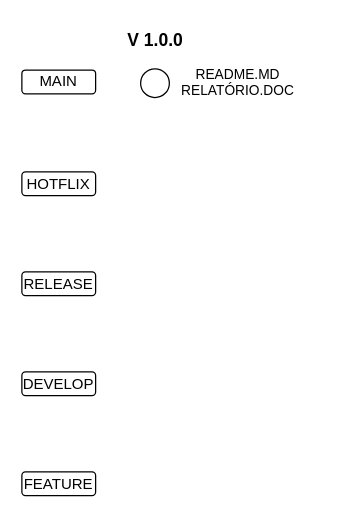
The draw.io diagram Fluxo de trabalho.drawio in NandoBalzaneli/Projeto-Integrador-01, before the edit. Source tidied: cells renumbered, new cells numbered last; positions are measured from the earlier drawing's top-left corner, leaving out a move shared by most shapes. Both pictures are drawn from the tidied source at 125%, with x=0, y=0 at pixel (21, 21).
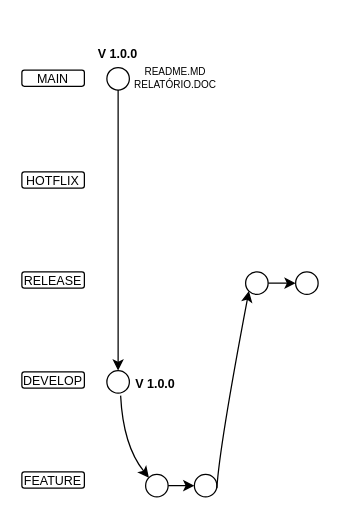
The same page after the edit.

What changed in the source:
```diff
@@
-    <mxCell id="2" value="MAIN" style="rounded=1;whiteSpace=wrap;html=1;" parent="1" vertex="1">
-      <mxGeometry y="38.5" width="59" height="19" as="geometry" />
+    <mxCell id="2" value="MAIN" style="rounded=1;whiteSpace=wrap;html=1;fontSize=10;strokeWidth=1;spacing=2;" parent="1" vertex="1">
+      <mxGeometry y="38.5" width="50" height="13" as="geometry" />
     </mxCell>
-    <mxCell id="3" value="HOTFLIX" style="rounded=1;whiteSpace=wrap;html=1;" parent="1" vertex="1">
-      <mxGeometry y="120" width="59" height="19" as="geometry" />
+    <mxCell id="3" value="HOTFLIX" style="rounded=1;whiteSpace=wrap;html=1;fontSize=10;strokeWidth=1;spacing=2;" parent="1" vertex="1">
+      <mxGeometry y="120" width="50" height="13" as="geometry" />
     </mxCell>
-    <mxCell id="4" value="RELEASE" style="rounded=1;whiteSpace=wrap;html=1;" parent="1" vertex="1">
-      <mxGeometry y="200" width="59" height="19" as="geometry" />
+    <mxCell id="4" value="RELEASE" style="rounded=1;whiteSpace=wrap;html=1;fontSize=10;strokeWidth=1;spacing=2;" parent="1" vertex="1">
+      <mxGeometry y="200" width="50" height="13" as="geometry" />
     </mxCell>
-    <mxCell id="5" value="DEVELOP" style="rounded=1;whiteSpace=wrap;html=1;" parent="1" vertex="1">
-      <mxGeometry y="280" width="59" height="19" as="geometry" />
+    <mxCell id="5" value="DEVELOP" style="rounded=1;whiteSpace=wrap;html=1;fontSize=10;strokeWidth=1;spacing=2;" parent="1" vertex="1">
+      <mxGeometry y="280" width="50" height="13" as="geometry" />
     </mxCell>
-    <mxCell id="6" value="FEATURE" style="rounded=1;whiteSpace=wrap;html=1;" parent="1" vertex="1">
-      <mxGeometry y="360" width="59" height="19" as="geometry" />
+    <mxCell id="6" value="FEATURE" style="rounded=1;whiteSpace=wrap;html=1;fontSize=10;strokeWidth=1;spacing=2;" parent="1" vertex="1">
+      <mxGeometry y="360" width="50" height="13" as="geometry" />
     </mxCell>
+    <mxCell id="11" style="edgeStyle=orthogonalEdgeStyle;rounded=0;orthogonalLoop=1;jettySize=auto;html=1;exitX=0.5;exitY=1;exitDx=0;exitDy=0;entryX=0.522;entryY=0.978;entryDx=0;entryDy=0;entryPerimeter=0;fontSize=10;strokeWidth=1;spacing=2;" parent="1" edge="1" source="7" target="7">
+      <mxGeometry relative="1" as="geometry" />
+    </mxCell>
-    <mxCell id="7" style="ellipse;whiteSpace=wrap;html=1;" parent="1" vertex="1">
-      <mxGeometry x="95" y="37.5" width="23" height="23" as="geometry" />
+    <mxCell id="7" style="ellipse;whiteSpace=wrap;html=1;fontSize=10;strokeWidth=1;spacing=2;" parent="1" vertex="1">
+      <mxGeometry x="68" y="36.5" width="18" height="18" as="geometry" />
     </mxCell>
-    <mxCell id="8" value="V 1.0.0" style="text;html=1;align=center;verticalAlign=middle;whiteSpace=wrap;rounded=0;fontSize=14;fontStyle=1;" parent="1" vertex="1">
-      <mxGeometry x="76.5" width="60" height="30" as="geometry" />
+    <mxCell id="8" value="V 1.0.0" style="text;html=1;align=center;verticalAlign=middle;whiteSpace=wrap;rounded=0;fontSize=10;fontStyle=1;" parent="1" vertex="1">
+      <mxGeometry x="47" y="10" width="60" height="30" as="geometry" />
     </mxCell>
-    <mxCell id="9" value="&lt;font style=&quot;font-size: 11px;&quot;&gt;README.MD&lt;/font&gt;&lt;div style=&quot;font-size: 11px;&quot;&gt;&lt;font style=&quot;font-size: 11px;&quot;&gt;RELATÓRIO.DOC&lt;/font&gt;&lt;/div&gt;" style="text;html=1;align=center;verticalAlign=middle;whiteSpace=wrap;rounded=0;fontSize=12;" parent="1" vertex="1">
-      <mxGeometry x="148" y="38.5" width="50" height="19" as="geometry" />
+    <mxCell id="9" value="&lt;font style=&quot;font-size: 8px;&quot;&gt;README.MD&lt;/font&gt;&lt;div style=&quot;font-size: 8px;&quot;&gt;&lt;font style=&quot;font-size: 8px;&quot;&gt;RELATÓRIO.DOC&lt;/font&gt;&lt;/div&gt;" style="text;html=1;align=center;verticalAlign=middle;whiteSpace=wrap;rounded=0;fontSize=8;strokeWidth=1;spacing=2;" parent="1" vertex="1">
+      <mxGeometry x="98" y="35.5" width="50" height="19" as="geometry" />
     </mxCell>
-    <mxCell id="10" style="edgeStyle=orthogonalEdgeStyle;rounded=0;orthogonalLoop=1;jettySize=auto;html=1;exitX=0.5;exitY=1;exitDx=0;exitDy=0;" parent="1" edge="1" source="5" target="5">
+    <mxCell id="10" style="edgeStyle=orthogonalEdgeStyle;rounded=0;orthogonalLoop=1;jettySize=auto;html=1;exitX=0.5;exitY=1;exitDx=0;exitDy=0;fontSize=10;strokeWidth=1;spacing=2;" parent="1" edge="1" source="5" target="5">
       <mxGeometry relative="1" as="geometry" />
     </mxCell>
+    <mxCell id="12" style="ellipse;whiteSpace=wrap;html=1;fontSize=10;strokeWidth=1;spacing=2;" parent="1" vertex="1">
+      <mxGeometry x="68" y="279" width="18" height="18" as="geometry" />
+    </mxCell>
+    <mxCell id="13" value="V 1.0.0" style="text;html=1;align=center;verticalAlign=middle;whiteSpace=wrap;rounded=0;fontSize=10;fontStyle=1;strokeWidth=1;spacing=2;" parent="1" vertex="1">
+      <mxGeometry x="86" y="280.5" width="42" height="16.5" as="geometry" />
+    </mxCell>
+    <mxCell id="14" style="endArrow=classic;html=1;rounded=0;exitX=0.5;exitY=1;exitDx=0;exitDy=0;entryX=0.5;entryY=0;entryDx=0;entryDy=0;fontSize=10;strokeWidth=1;spacing=2;" parent="1" edge="1" source="7" target="12">
+      <mxGeometry relative="1" as="geometry" />
+    </mxCell>
+    <mxCell id="15" style="curved=1;endArrow=classic;html=1;rounded=0;entryX=0;entryY=0;entryDx=0;entryDy=0;" parent="1" edge="1" target="17">
+      <mxGeometry relative="1" as="geometry">
+        <mxPoint x="79" y="299" as="sourcePoint" />
+        <Array as="points">
+          <mxPoint x="81" y="339" />
+        </Array>
+      </mxGeometry>
+    </mxCell>
+    <mxCell id="16" style="edgeStyle=orthogonalEdgeStyle;rounded=0;jettySize=auto;html=1;exitX=1;exitY=0.5;exitDx=0;exitDy=0;entryX=0;entryY=0.5;entryDx=0;entryDy=0;" parent="1" edge="1" source="17" target="18">
+      <mxGeometry relative="1" as="geometry" />
+    </mxCell>
+    <mxCell id="17" style="ellipse;whiteSpace=wrap;html=1;fontSize=10;strokeWidth=1;spacing=2;" parent="1" vertex="1">
+      <mxGeometry x="99" y="362" width="18" height="18" as="geometry" />
+    </mxCell>
+    <mxCell id="18" style="ellipse;whiteSpace=wrap;html=1;fontSize=10;strokeWidth=1;spacing=2;" parent="1" vertex="1">
+      <mxGeometry x="138" y="362" width="18" height="18" as="geometry" />
+    </mxCell>
+    <mxCell id="19" style="curved=1;endArrow=classic;html=1;rounded=0;entryX=0;entryY=1;entryDx=0;entryDy=0;" parent="1" edge="1" target="21">
+      <mxGeometry relative="1" as="geometry">
+        <mxPoint x="156" y="373" as="sourcePoint" />
+        <Array as="points">
+          <mxPoint x="158" y="340" />
+        </Array>
+      </mxGeometry>
+    </mxCell>
+    <mxCell id="20" style="edgeStyle=orthogonalEdgeStyle;rounded=0;jettySize=auto;html=1;exitX=1;exitY=0.5;exitDx=0;exitDy=0;entryX=0;entryY=0.5;entryDx=0;entryDy=0;" parent="1" edge="1" source="21" target="22">
+      <mxGeometry relative="1" as="geometry" />
+    </mxCell>
+    <mxCell id="21" style="ellipse;whiteSpace=wrap;html=1;fontSize=10;strokeWidth=1;spacing=2;" parent="1" vertex="1">
+      <mxGeometry x="179" y="200" width="18" height="18" as="geometry" />
+    </mxCell>
+    <mxCell id="22" style="ellipse;whiteSpace=wrap;html=1;fontSize=10;strokeWidth=1;spacing=2;" parent="1" vertex="1">
+      <mxGeometry x="219" y="200" width="18" height="18" as="geometry" />
+    </mxCell>
```
